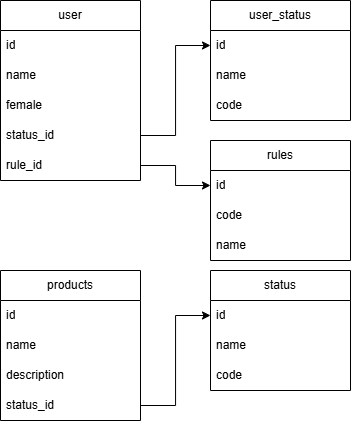
Earlier version of the draw.io export docs/ERD.png (garaev-vadim-m/backend-go). Source tidied: cells renumbered, new cells last; positions are measured from the earlier drawing's top-left corner, leaving out a move shared by most shapes. The source it was exported from:
```xml
<mxGraphModel>
  <root>
    <mxCell id="0" />
    <mxCell id="1" parent="0" />
    <mxCell id="2" value="user" style="swimlane;fontStyle=0;horizontal=1;startSize=30;whiteSpace=wrap;html=1;" parent="1" vertex="1">
      <mxGeometry width="140" height="180" as="geometry" />
    </mxCell>
    <mxCell id="3" value="id" style="text;strokeColor=none;fillColor=none;align=left;verticalAlign=middle;spacingLeft=4;spacingRight=4;overflow=hidden;whiteSpace=wrap;html=1;" parent="2" vertex="1">
      <mxGeometry y="30" width="140" height="30" as="geometry" />
    </mxCell>
    <mxCell id="4" value="name" style="text;strokeColor=none;fillColor=none;align=left;verticalAlign=middle;spacingLeft=4;spacingRight=4;overflow=hidden;whiteSpace=wrap;html=1;" parent="2" vertex="1">
      <mxGeometry y="60" width="140" height="30" as="geometry" />
    </mxCell>
    <mxCell id="5" value="female" style="text;strokeColor=none;fillColor=none;align=left;verticalAlign=middle;spacingLeft=4;spacingRight=4;overflow=hidden;whiteSpace=wrap;html=1;" parent="2" vertex="1">
      <mxGeometry y="90" width="140" height="30" as="geometry" />
    </mxCell>
    <mxCell id="6" value="status_id" style="text;strokeColor=none;fillColor=none;align=left;verticalAlign=middle;spacingLeft=4;spacingRight=4;overflow=hidden;points=[[0,0.5],[1,0.5]];portConstraint=eastwest;whiteSpace=wrap;html=1;" parent="2" vertex="1">
      <mxGeometry y="120" width="140" height="30" as="geometry" />
    </mxCell>
    <mxCell id="7" value="rule_id" style="text;strokeColor=none;fillColor=none;align=left;verticalAlign=middle;spacingLeft=4;spacingRight=4;overflow=hidden;points=[[0,0.5],[1,0.5]];portConstraint=eastwest;whiteSpace=wrap;html=1;" parent="2" vertex="1">
      <mxGeometry y="150" width="140" height="30" as="geometry" />
    </mxCell>
    <mxCell id="8" value="user_status" style="swimlane;fontStyle=0;horizontal=1;startSize=30;whiteSpace=wrap;html=1;" parent="1" vertex="1">
      <mxGeometry x="210" width="140" height="120" as="geometry" />
    </mxCell>
    <mxCell id="9" value="id" style="text;strokeColor=none;fillColor=none;align=left;verticalAlign=middle;spacingLeft=4;spacingRight=4;overflow=hidden;points=[[0,0.5],[1,0.5]];portConstraint=eastwest;whiteSpace=wrap;html=1;" parent="8" vertex="1">
      <mxGeometry y="30" width="140" height="30" as="geometry" />
    </mxCell>
    <mxCell id="10" value="name" style="text;strokeColor=none;fillColor=none;align=left;verticalAlign=middle;spacingLeft=4;spacingRight=4;overflow=hidden;whiteSpace=wrap;html=1;" parent="8" vertex="1">
      <mxGeometry y="60" width="140" height="30" as="geometry" />
    </mxCell>
    <mxCell id="11" value="code" style="text;strokeColor=none;fillColor=none;align=left;verticalAlign=middle;spacingLeft=4;spacingRight=4;overflow=hidden;whiteSpace=wrap;html=1;" parent="8" vertex="1">
      <mxGeometry y="90" width="140" height="30" as="geometry" />
    </mxCell>
    <mxCell id="12" style="edgeStyle=orthogonalEdgeStyle;rounded=0;jettySize=auto;html=1;entryX=0;entryY=0.5;entryDx=0;entryDy=0;" parent="1" edge="1" source="6" target="9">
      <mxGeometry relative="1" as="geometry" />
    </mxCell>
    <mxCell id="13" value="rules" style="swimlane;fontStyle=0;horizontal=1;startSize=30;whiteSpace=wrap;html=1;" parent="1" vertex="1">
      <mxGeometry x="210" y="140" width="140" height="120" as="geometry" />
    </mxCell>
    <mxCell id="14" value="id" style="text;strokeColor=none;fillColor=none;align=left;verticalAlign=middle;spacingLeft=4;spacingRight=4;overflow=hidden;points=[[0,0.5],[1,0.5]];portConstraint=eastwest;whiteSpace=wrap;html=1;" parent="13" vertex="1">
      <mxGeometry y="30" width="140" height="30" as="geometry" />
    </mxCell>
    <mxCell id="15" value="code" style="text;strokeColor=none;fillColor=none;align=left;verticalAlign=middle;spacingLeft=4;spacingRight=4;overflow=hidden;whiteSpace=wrap;html=1;" parent="13" vertex="1">
      <mxGeometry y="60" width="140" height="30" as="geometry" />
    </mxCell>
    <mxCell id="16" value="name" style="text;strokeColor=none;fillColor=none;align=left;verticalAlign=middle;spacingLeft=4;spacingRight=4;overflow=hidden;whiteSpace=wrap;html=1;" parent="13" vertex="1">
      <mxGeometry y="90" width="140" height="30" as="geometry" />
    </mxCell>
    <mxCell id="17" style="edgeStyle=orthogonalEdgeStyle;rounded=0;jettySize=auto;html=1;entryX=0;entryY=0.5;entryDx=0;entryDy=0;" parent="1" edge="1" source="7" target="14">
      <mxGeometry relative="1" as="geometry" />
    </mxCell>
    <mxCell id="18" value="products" style="swimlane;fontStyle=0;horizontal=1;startSize=30;whiteSpace=wrap;html=1;" parent="1" vertex="1">
      <mxGeometry y="270" width="140" height="150" as="geometry" />
    </mxCell>
    <mxCell id="19" value="id" style="text;strokeColor=none;fillColor=none;align=left;verticalAlign=middle;spacingLeft=4;spacingRight=4;overflow=hidden;whiteSpace=wrap;html=1;" parent="18" vertex="1">
      <mxGeometry y="30" width="140" height="30" as="geometry" />
    </mxCell>
    <mxCell id="20" value="name" style="text;strokeColor=none;fillColor=none;align=left;verticalAlign=middle;spacingLeft=4;spacingRight=4;overflow=hidden;whiteSpace=wrap;html=1;" parent="18" vertex="1">
      <mxGeometry y="60" width="140" height="30" as="geometry" />
    </mxCell>
    <mxCell id="21" value="description" style="text;strokeColor=none;fillColor=none;align=left;verticalAlign=middle;spacingLeft=4;spacingRight=4;overflow=hidden;whiteSpace=wrap;html=1;" parent="18" vertex="1">
      <mxGeometry y="90" width="140" height="30" as="geometry" />
    </mxCell>
    <mxCell id="22" value="status_id" style="text;strokeColor=none;fillColor=none;align=left;verticalAlign=middle;spacingLeft=4;spacingRight=4;overflow=hidden;points=[[0,0.5],[1,0.5]];portConstraint=eastwest;whiteSpace=wrap;html=1;" parent="18" vertex="1">
      <mxGeometry y="120" width="140" height="30" as="geometry" />
    </mxCell>
    <mxCell id="23" value="status" style="swimlane;fontStyle=0;horizontal=1;startSize=30;whiteSpace=wrap;html=1;" parent="1" vertex="1">
      <mxGeometry x="210" y="270" width="140" height="120" as="geometry" />
    </mxCell>
    <mxCell id="24" value="id" style="text;strokeColor=none;fillColor=none;align=left;verticalAlign=middle;spacingLeft=4;spacingRight=4;overflow=hidden;points=[[0,0.5],[1,0.5]];portConstraint=eastwest;whiteSpace=wrap;html=1;" parent="23" vertex="1">
      <mxGeometry y="30" width="140" height="30" as="geometry" />
    </mxCell>
    <mxCell id="25" value="name" style="text;strokeColor=none;fillColor=none;align=left;verticalAlign=middle;spacingLeft=4;spacingRight=4;overflow=hidden;whiteSpace=wrap;html=1;" parent="23" vertex="1">
      <mxGeometry y="60" width="140" height="30" as="geometry" />
    </mxCell>
    <mxCell id="26" value="code" style="text;strokeColor=none;fillColor=none;align=left;verticalAlign=middle;spacingLeft=4;spacingRight=4;overflow=hidden;whiteSpace=wrap;html=1;" parent="23" vertex="1">
      <mxGeometry y="90" width="140" height="30" as="geometry" />
    </mxCell>
    <mxCell id="27" style="edgeStyle=orthogonalEdgeStyle;rounded=0;jettySize=auto;html=1;entryX=0;entryY=0.5;entryDx=0;entryDy=0;" parent="1" edge="1" source="22" target="24">
      <mxGeometry relative="1" as="geometry" />
    </mxCell>
  </root>
</mxGraphModel>
```
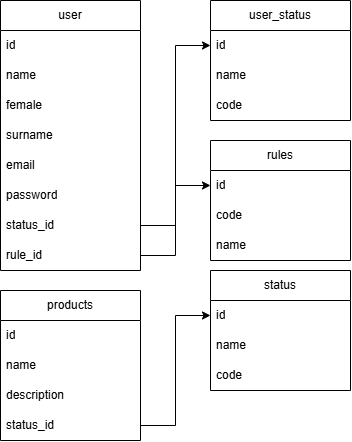
Above is the later version.

Commit message:
Обновление ERD

Diff of the diagram source:
```diff
@@ -3,7 +3,7 @@
     <mxCell id="0" />
     <mxCell id="1" parent="0" />
     <mxCell id="2" value="user" style="swimlane;fontStyle=0;horizontal=1;startSize=30;whiteSpace=wrap;html=1;" parent="1" vertex="1">
-      <mxGeometry width="140" height="180" as="geometry" />
+      <mxGeometry width="140" height="270" as="geometry" />
     </mxCell>
     <mxCell id="3" value="id" style="text;strokeColor=none;fillColor=none;align=left;verticalAlign=middle;spacingLeft=4;spacingRight=4;overflow=hidden;whiteSpace=wrap;html=1;" parent="2" vertex="1">
       <mxGeometry y="30" width="140" height="30" as="geometry" />
@@ -14,11 +14,20 @@
     <mxCell id="5" value="female" style="text;strokeColor=none;fillColor=none;align=left;verticalAlign=middle;spacingLeft=4;spacingRight=4;overflow=hidden;whiteSpace=wrap;html=1;" parent="2" vertex="1">
       <mxGeometry y="90" width="140" height="30" as="geometry" />
     </mxCell>
+    <mxCell id="28" value="surname" style="text;strokeColor=none;fillColor=none;align=left;verticalAlign=middle;spacingLeft=4;spacingRight=4;overflow=hidden;whiteSpace=wrap;html=1;" parent="2" vertex="1">
+      <mxGeometry y="120" width="140" height="30" as="geometry" />
+    </mxCell>
+    <mxCell id="29" value="email" style="text;strokeColor=none;fillColor=none;align=left;verticalAlign=middle;spacingLeft=4;spacingRight=4;overflow=hidden;whiteSpace=wrap;html=1;" parent="2" vertex="1">
+      <mxGeometry y="150" width="140" height="30" as="geometry" />
+    </mxCell>
+    <mxCell id="30" value="password" style="text;strokeColor=none;fillColor=none;align=left;verticalAlign=middle;spacingLeft=4;spacingRight=4;overflow=hidden;whiteSpace=wrap;html=1;" parent="2" vertex="1">
+      <mxGeometry y="180" width="140" height="30" as="geometry" />
+    </mxCell>
     <mxCell id="6" value="status_id" style="text;strokeColor=none;fillColor=none;align=left;verticalAlign=middle;spacingLeft=4;spacingRight=4;overflow=hidden;points=[[0,0.5],[1,0.5]];portConstraint=eastwest;whiteSpace=wrap;html=1;" parent="2" vertex="1">
-      <mxGeometry y="120" width="140" height="30" as="geometry" />
+      <mxGeometry y="210" width="140" height="30" as="geometry" />
     </mxCell>
     <mxCell id="7" value="rule_id" style="text;strokeColor=none;fillColor=none;align=left;verticalAlign=middle;spacingLeft=4;spacingRight=4;overflow=hidden;points=[[0,0.5],[1,0.5]];portConstraint=eastwest;whiteSpace=wrap;html=1;" parent="2" vertex="1">
-      <mxGeometry y="150" width="140" height="30" as="geometry" />
+      <mxGeometry y="240" width="140" height="30" as="geometry" />
     </mxCell>
     <mxCell id="8" value="user_status" style="swimlane;fontStyle=0;horizontal=1;startSize=30;whiteSpace=wrap;html=1;" parent="1" vertex="1">
       <mxGeometry x="210" width="140" height="120" as="geometry" />
@@ -51,7 +60,7 @@
       <mxGeometry relative="1" as="geometry" />
     </mxCell>
     <mxCell id="18" value="products" style="swimlane;fontStyle=0;horizontal=1;startSize=30;whiteSpace=wrap;html=1;" parent="1" vertex="1">
-      <mxGeometry y="270" width="140" height="150" as="geometry" />
+      <mxGeometry y="290" width="140" height="150" as="geometry" />
     </mxCell>
     <mxCell id="19" value="id" style="text;strokeColor=none;fillColor=none;align=left;verticalAlign=middle;spacingLeft=4;spacingRight=4;overflow=hidden;whiteSpace=wrap;html=1;" parent="18" vertex="1">
       <mxGeometry y="30" width="140" height="30" as="geometry" />
```
